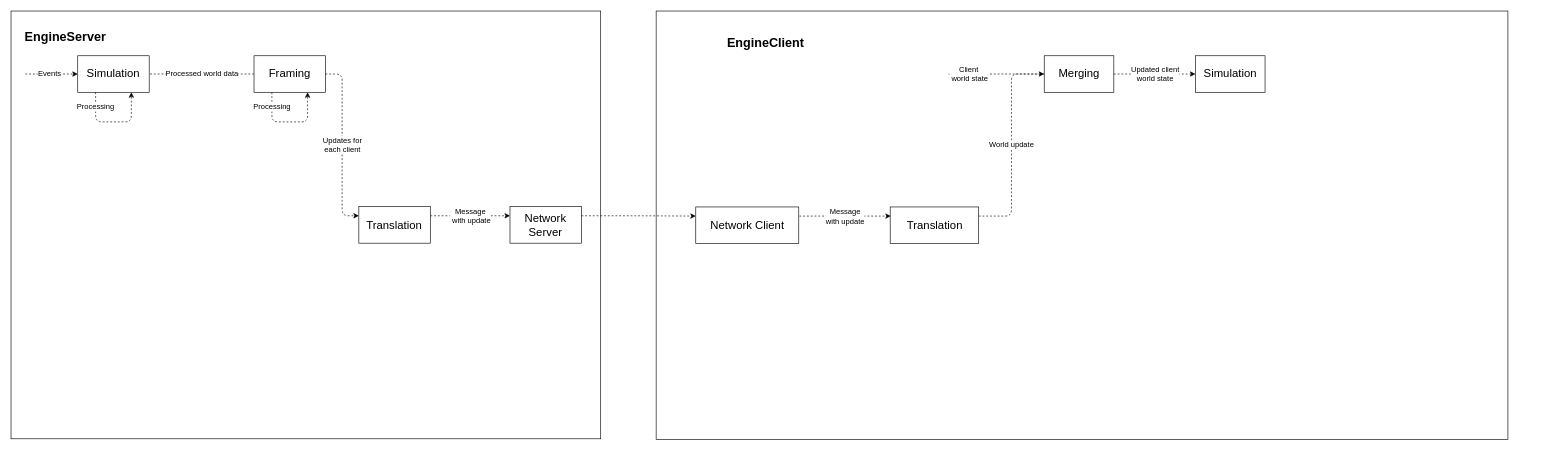
Before: docs/Untitled Diagram.drawio in worldscapes/engine, a draw.io diagram. Source tidied: cells renumbered, new cells numbered last; positions are measured from the earlier drawing's top-left corner, leaving out a move shared by most shapes. Both pictures are drawn from the tidied source at 63%, with x=0, y=0 at pixel (11, 11).
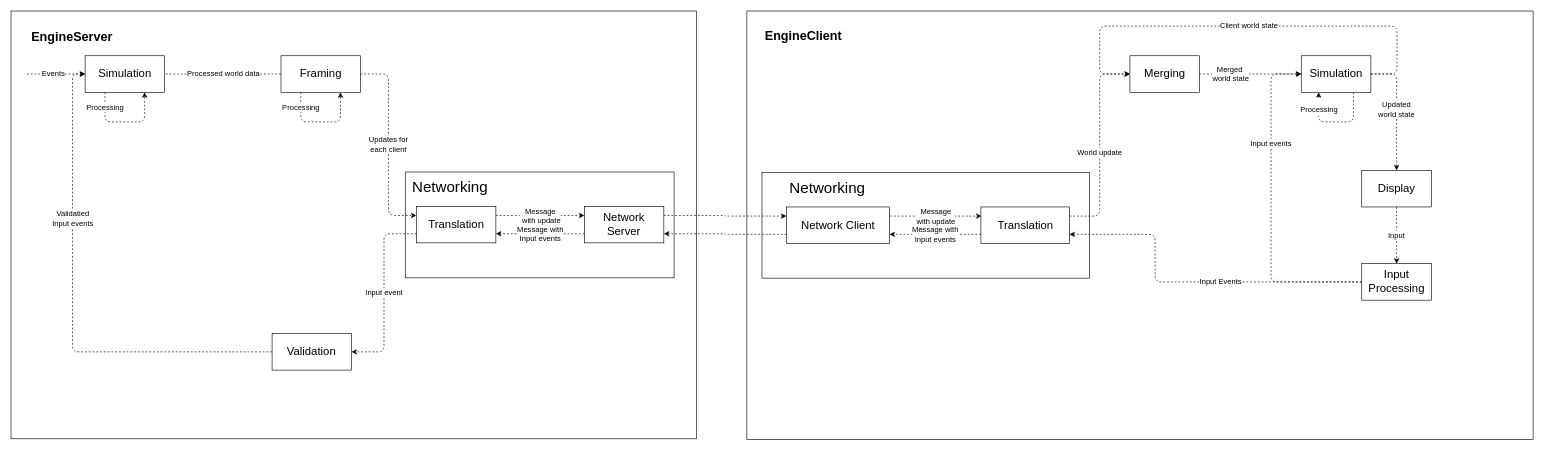
After the change.

The edit, as a diff of the source:
```diff
@@
-    <mxCell id="2" style="group;" parent="1" vertex="1">
-      <mxGeometry width="936" height="679" as="geometry" />
-    </mxCell>
+    <mxCell id="27" style="group;" parent="1" vertex="1">
+      <mxGeometry x="1168" width="1248" height="680" as="geometry" />
+    </mxCell>
+    <mxCell id="16" style="whiteSpace=wrap;html=1;fontSize=16;rounded=0;" parent="27" vertex="1">
+      <mxGeometry width="1248" height="680" as="geometry" />
+    </mxCell>
+    <mxCell id="17" value="EngineClient" style="text;html=1;strokeColor=none;fillColor=none;align=center;verticalAlign=middle;whiteSpace=wrap;rounded=0;fontSize=20;fontStyle=1;" parent="27" vertex="1">
+      <mxGeometry x="24" y="24" width="131.6" height="30" as="geometry" />
+    </mxCell>
+    <mxCell id="28" style="rounded=0;whiteSpace=wrap;html=1;fontSize=12;" parent="27" vertex="1">
+      <mxGeometry x="24" y="256" width="520" height="168" as="geometry" />
+    </mxCell>
+    <mxCell id="18" value="Message &lt;br&gt;with update" style="edgeStyle=orthogonalEdgeStyle;orthogonalLoop=1;jettySize=auto;html=1;exitX=1;exitY=0.25;exitDx=0;exitDy=0;entryX=0;entryY=0.25;entryDx=0;entryDy=0;dashed=1;fontSize=12;startArrow=none;startFill=0;endArrow=classic;endFill=1;" parent="27" edge="1">
+      <mxGeometry relative="1" as="geometry">
+        <mxPoint x="227.4" y="325.5" as="sourcePoint" />
+        <mxPoint x="372.5" y="325.5" as="targetPoint" />
+      </mxGeometry>
+    </mxCell>
+    <mxCell id="19" value="Network Client" style="rounded=0;whiteSpace=wrap;html=1;fontSize=18;" parent="27" vertex="1">
+      <mxGeometry x="62.9" y="311" width="163.5" height="58" as="geometry" />
+    </mxCell>
+    <mxCell id="20" value="Merging" style="rounded=0;whiteSpace=wrap;html=1;fontSize=18;" parent="27" vertex="1">
+      <mxGeometry x="608" y="71" width="110.5" height="58" as="geometry" />
+    </mxCell>
+    <mxCell id="21" value="World update" style="edgeStyle=orthogonalEdgeStyle;jettySize=auto;html=1;exitX=1;exitY=0.25;exitDx=0;exitDy=0;entryX=0;entryY=0.5;entryDx=0;entryDy=0;dashed=1;fontSize=12;startArrow=none;startFill=0;endArrow=classic;endFill=1;" parent="27" edge="1" source="25" target="20">
+      <mxGeometry x="-0.07" relative="1" as="geometry" />
+    </mxCell>
+    <mxCell id="22" value="Client world state" style="edgeStyle=orthogonalEdgeStyle;jettySize=auto;html=1;exitX=1;exitY=0.5;exitDx=0;exitDy=0;entryX=0;entryY=0.5;entryDx=0;entryDy=0;dashed=1;fontSize=12;startArrow=none;startFill=0;endArrow=classic;endFill=1;" parent="27" edge="1" source="23" target="20">
+      <mxGeometry x="-0.01" relative="1" as="geometry">
+        <Array as="points">
+          <mxPoint x="1032" y="100" />
+          <mxPoint x="1032" y="24" />
+          <mxPoint x="560" y="24" />
+          <mxPoint x="560" y="100" />
+        </Array>
+      </mxGeometry>
+    </mxCell>
+    <mxCell id="23" value="Simulation" style="rounded=0;whiteSpace=wrap;html=1;fontSize=18;" parent="27" vertex="1">
+      <mxGeometry x="880" y="71" width="110.5" height="58" as="geometry" />
+    </mxCell>
+    <mxCell id="24" value="Merged&amp;nbsp;&lt;br&gt;world state" style="edgeStyle=orthogonalEdgeStyle;jettySize=auto;html=1;exitX=1;exitY=0.5;exitDx=0;exitDy=0;entryX=0;entryY=0.5;entryDx=0;entryDy=0;dashed=1;fontSize=12;startArrow=none;startFill=0;endArrow=classic;endFill=1;" parent="27" edge="1" source="20" target="23">
+      <mxGeometry x="-0.39" relative="1" as="geometry">
+        <Array as="points">
+          <mxPoint x="784" y="100" />
+          <mxPoint x="784" y="100" />
+        </Array>
+      </mxGeometry>
+    </mxCell>
+    <mxCell id="29" value="Message with&lt;br&gt;Input events" style="edgeStyle=orthogonalEdgeStyle;jettySize=auto;html=1;exitX=0;exitY=0.75;exitDx=0;exitDy=0;entryX=1;entryY=0.75;entryDx=0;entryDy=0;dashed=1;fontSize=12;startArrow=none;startFill=0;endArrow=classic;endFill=1;" parent="27" edge="1" source="25" target="19">
+      <mxGeometry relative="1" as="geometry" />
+    </mxCell>
+    <mxCell id="25" value="Translation" style="rounded=0;whiteSpace=wrap;html=1;fontSize=18;" parent="27" vertex="1">
+      <mxGeometry x="371.5" y="311" width="140.5" height="58" as="geometry" />
+    </mxCell>
+    <mxCell id="30" value="Display" style="rounded=0;whiteSpace=wrap;html=1;fontSize=18;" parent="27" vertex="1">
+      <mxGeometry x="976" y="253" width="110.5" height="58" as="geometry" />
+    </mxCell>
+    <mxCell id="31" value="Updated&lt;br&gt;world state" style="edgeStyle=orthogonalEdgeStyle;jettySize=auto;html=1;exitX=1;exitY=0.5;exitDx=0;exitDy=0;dashed=1;fontSize=12;startArrow=none;startFill=0;endArrow=classic;endFill=1;" parent="27" edge="1" source="23" target="30">
+      <mxGeometry relative="1" as="geometry" />
+    </mxCell>
+    <mxCell id="32" value="Input Events" style="edgeStyle=orthogonalEdgeStyle;jettySize=auto;html=1;exitX=0;exitY=0.5;exitDx=0;exitDy=0;entryX=1;entryY=0.75;entryDx=0;entryDy=0;dashed=1;fontSize=12;startArrow=none;startFill=0;endArrow=classic;endFill=1;" parent="27" edge="1" source="34" target="25">
+      <mxGeometry x="-0.17" relative="1" as="geometry">
+        <Array as="points">
+          <mxPoint x="648" y="430" />
+          <mxPoint x="648" y="355" />
+        </Array>
+      </mxGeometry>
+    </mxCell>
+    <mxCell id="33" value="Input events" style="edgeStyle=orthogonalEdgeStyle;jettySize=auto;html=1;exitX=0;exitY=0.5;exitDx=0;exitDy=0;entryX=0;entryY=0.5;entryDx=0;entryDy=0;dashed=1;fontSize=12;startArrow=none;startFill=0;endArrow=classic;endFill=1;" parent="27" edge="1" source="34" target="23">
+      <mxGeometry x="0.39" relative="1" as="geometry">
+        <Array as="points">
+          <mxPoint x="832" y="430" />
+          <mxPoint x="832" y="100" />
+        </Array>
+      </mxGeometry>
+    </mxCell>
+    <mxCell id="34" value="Input Processing" style="rounded=0;whiteSpace=wrap;html=1;fontSize=18;" parent="27" vertex="1">
+      <mxGeometry x="976" y="401" width="110.5" height="58" as="geometry" />
+    </mxCell>
+    <mxCell id="35" value="Input" style="edgeStyle=orthogonalEdgeStyle;jettySize=auto;html=1;exitX=0.5;exitY=1;exitDx=0;exitDy=0;dashed=1;fontSize=12;startArrow=none;startFill=0;endArrow=classic;endFill=1;" parent="27" edge="1" source="30" target="34">
+      <mxGeometry relative="1" as="geometry" />
+    </mxCell>
+    <mxCell id="36" value="&lt;font style=&quot;font-size: 24px&quot;&gt;Networking&lt;/font&gt;" style="text;html=1;strokeColor=none;fillColor=none;align=center;verticalAlign=middle;whiteSpace=wrap;rounded=0;fontSize=12;" parent="27" vertex="1">
+      <mxGeometry x="48" y="267" width="160" height="30" as="geometry" />
+    </mxCell>
+    <mxCell id="37" value="&lt;font style=&quot;font-size: 12px&quot;&gt;Processing&lt;/font&gt;" style="edgeStyle=orthogonalEdgeStyle;orthogonalLoop=1;jettySize=auto;html=1;exitX=0.75;exitY=1;exitDx=0;exitDy=0;entryX=0.25;entryY=1;entryDx=0;entryDy=0;dashed=1;fontSize=24;startArrow=none;startFill=0;endArrow=classic;endFill=1;" parent="27" edge="1" source="23" target="23">
+      <mxGeometry x="0.69" relative="1" as="geometry">
+        <Array as="points">
+          <mxPoint x="963" y="176" />
+          <mxPoint x="908" y="176" />
+        </Array>
+      </mxGeometry>
+    </mxCell>
+    <mxCell id="38" style="group;" parent="1" vertex="1">
+      <mxGeometry width="1088" height="679" as="geometry" />
+    </mxCell>
-    <mxCell id="3" style="whiteSpace=wrap;html=1;fontSize=16;rounded=0;" parent="2" vertex="1">
-      <mxGeometry width="936" height="679" as="geometry" />
+    <mxCell id="3" style="whiteSpace=wrap;html=1;fontSize=16;rounded=0;" parent="38" vertex="1">
+      <mxGeometry width="1088" height="679" as="geometry" />
     </mxCell>
-    <mxCell id="4" value="EngineServer" style="text;html=1;strokeColor=none;fillColor=none;align=center;verticalAlign=middle;whiteSpace=wrap;rounded=0;fontSize=20;fontStyle=1;" parent="2" vertex="1">
-      <mxGeometry x="30.2" y="25" width="113.4" height="30" as="geometry" />
+    <mxCell id="4" value="EngineServer" style="text;html=1;strokeColor=none;fillColor=none;align=center;verticalAlign=middle;whiteSpace=wrap;rounded=0;fontSize=20;fontStyle=1;" parent="38" vertex="1">
+      <mxGeometry x="33.6" y="25" width="126" height="30" as="geometry" />
     </mxCell>
-    <mxCell id="5" value="Simulation" style="rounded=0;whiteSpace=wrap;html=1;fontSize=18;" parent="2" vertex="1">
-      <mxGeometry x="105.9" y="71" width="113.4" height="58" as="geometry" />
+    <mxCell id="5" value="Simulation" style="rounded=0;whiteSpace=wrap;html=1;fontSize=18;" parent="38" vertex="1">
+      <mxGeometry x="117.6" y="71" width="126" height="58" as="geometry" />
     </mxCell>
-    <mxCell id="6" value="Events" style="endArrow=classic;html=1;fontSize=12;entryX=0;entryY=0.5;entryDx=0;entryDy=0;dashed=1;" parent="2" edge="1" target="5">
+    <mxCell id="6" value="Events" style="endArrow=classic;html=1;fontSize=12;entryX=0;entryY=0.5;entryDx=0;entryDy=0;dashed=1;" parent="38" edge="1" target="5">
       <mxGeometry x="-0.09" relative="1" as="geometry">
-        <mxPoint x="22.7" y="100" as="sourcePoint" />
+        <mxPoint x="25.2" y="100" as="sourcePoint" />
       </mxGeometry>
     </mxCell>
-    <mxCell id="7" value="Processing" style="edgeStyle=orthogonalEdgeStyle;orthogonalLoop=1;jettySize=auto;html=1;exitX=0.25;exitY=1;exitDx=0;exitDy=0;entryX=0.75;entryY=1;entryDx=0;entryDy=0;dashed=1;fontSize=12;" parent="2" edge="1" source="5" target="5">
+    <mxCell id="7" value="Processing" style="edgeStyle=orthogonalEdgeStyle;orthogonalLoop=1;jettySize=auto;html=1;exitX=0.25;exitY=1;exitDx=0;exitDy=0;entryX=0.75;entryY=1;entryDx=0;entryDy=0;dashed=1;fontSize=12;" parent="38" edge="1" source="5" target="5">
       <mxGeometry x="-0.7" relative="1" as="geometry">
         <Array as="points">
-          <mxPoint x="134.2" y="176" />
-          <mxPoint x="191" y="176" />
+          <mxPoint x="149.1" y="176" />
+          <mxPoint x="212.2" y="176" />
         </Array>
       </mxGeometry>
     </mxCell>
-    <mxCell id="8" value="Processed world data" style="edgeStyle=orthogonalEdgeStyle;jettySize=auto;html=1;dashed=1;fontSize=12;endArrow=none;endFill=0;startArrow=none;startFill=0;" parent="2" edge="1" source="9" target="5">
+    <mxCell id="8" value="Processed world data" style="edgeStyle=orthogonalEdgeStyle;jettySize=auto;html=1;dashed=1;fontSize=12;endArrow=none;endFill=0;startArrow=none;startFill=0;" parent="38" edge="1" source="9" target="5">
       <mxGeometry relative="1" as="geometry" />
     </mxCell>
-    <mxCell id="9" value="Framing" style="rounded=0;whiteSpace=wrap;html=1;fontSize=18;" parent="2" vertex="1">
-      <mxGeometry x="385.7" y="71" width="113.4" height="58" as="geometry" />
+    <mxCell id="9" value="Framing" style="rounded=0;whiteSpace=wrap;html=1;fontSize=18;" parent="38" vertex="1">
+      <mxGeometry x="428.5" y="71" width="126" height="58" as="geometry" />
     </mxCell>
-    <mxCell id="10" value="Processing" style="edgeStyle=orthogonalEdgeStyle;orthogonalLoop=1;jettySize=auto;html=1;exitX=0.25;exitY=1;exitDx=0;exitDy=0;entryX=0.75;entryY=1;entryDx=0;entryDy=0;dashed=1;fontSize=12;startArrow=none;startFill=0;endArrow=classic;endFill=1;" parent="2" edge="1" source="9" target="9">
+    <mxCell id="10" value="Processing" style="edgeStyle=orthogonalEdgeStyle;orthogonalLoop=1;jettySize=auto;html=1;exitX=0.25;exitY=1;exitDx=0;exitDy=0;entryX=0.75;entryY=1;entryDx=0;entryDy=0;dashed=1;fontSize=12;startArrow=none;startFill=0;endArrow=classic;endFill=1;" parent="38" edge="1" source="9" target="9">
       <mxGeometry x="-0.7" relative="1" as="geometry">
         <Array as="points">
-          <mxPoint x="414" y="176" />
-          <mxPoint x="470.8" y="176" />
+          <mxPoint x="460.1" y="176" />
+          <mxPoint x="523.1" y="176" />
         </Array>
       </mxGeometry>
     </mxCell>
+    <mxCell id="39" style="rounded=0;whiteSpace=wrap;html=1;fontSize=12;" parent="38" vertex="1">
+      <mxGeometry x="625.8" y="255.5" width="426.7" height="168" as="geometry" />
+    </mxCell>
-    <mxCell id="11" value="Translation" style="rounded=0;whiteSpace=wrap;html=1;fontSize=18;" parent="2" vertex="1">
-      <mxGeometry x="552.1" y="310.5" width="113.4" height="58" as="geometry" />
+    <mxCell id="11" value="Translation" style="rounded=0;whiteSpace=wrap;html=1;fontSize=18;" parent="38" vertex="1">
+      <mxGeometry x="643.6" y="310" width="126" height="58" as="geometry" />
     </mxCell>
-    <mxCell id="12" value="Updates for &lt;br&gt;each client" style="edgeStyle=orthogonalEdgeStyle;jettySize=auto;html=1;exitX=1;exitY=0.5;exitDx=0;exitDy=0;entryX=0;entryY=0.25;entryDx=0;entryDy=0;dashed=1;fontSize=12;startArrow=none;startFill=0;endArrow=classic;endFill=1;" parent="2" edge="1" source="9" target="11">
+    <mxCell id="12" value="Updates for &lt;br&gt;each client" style="edgeStyle=orthogonalEdgeStyle;jettySize=auto;html=1;exitX=1;exitY=0.5;exitDx=0;exitDy=0;entryX=0;entryY=0.25;entryDx=0;entryDy=0;dashed=1;fontSize=12;startArrow=none;startFill=0;endArrow=classic;endFill=1;" parent="38" edge="1" source="9" target="11">
       <mxGeometry relative="1" as="geometry" />
     </mxCell>
+    <mxCell id="40" value="Message with&lt;br&gt;Input events" style="edgeStyle=orthogonalEdgeStyle;jettySize=auto;html=1;exitX=0;exitY=0.75;exitDx=0;exitDy=0;entryX=1;entryY=0.75;entryDx=0;entryDy=0;dashed=1;fontSize=12;startArrow=none;startFill=0;endArrow=classic;endFill=1;" parent="38" edge="1" source="13" target="11">
+      <mxGeometry relative="1" as="geometry" />
+    </mxCell>
-    <mxCell id="13" value="Network Server" style="rounded=0;whiteSpace=wrap;html=1;fontSize=18;" parent="2" vertex="1">
-      <mxGeometry x="792" y="310.5" width="113.4" height="58" as="geometry" />
+    <mxCell id="13" value="Network Server" style="rounded=0;whiteSpace=wrap;html=1;fontSize=18;" parent="38" vertex="1">
+      <mxGeometry x="910.2" y="310" width="126" height="58" as="geometry" />
     </mxCell>
-    <mxCell id="14" value="Message&lt;br&gt;&amp;nbsp;with update" style="edgeStyle=orthogonalEdgeStyle;jettySize=auto;html=1;exitX=1;exitY=0.25;exitDx=0;exitDy=0;entryX=0;entryY=0.25;entryDx=0;entryDy=0;dashed=1;fontSize=12;startArrow=none;startFill=0;endArrow=classic;endFill=1;" parent="2" edge="1" source="11" target="13">
+    <mxCell id="14" value="Message&lt;br&gt;&amp;nbsp;with update" style="edgeStyle=orthogonalEdgeStyle;jettySize=auto;html=1;exitX=1;exitY=0.25;exitDx=0;exitDy=0;entryX=0;entryY=0.25;entryDx=0;entryDy=0;dashed=1;fontSize=12;startArrow=none;startFill=0;endArrow=classic;endFill=1;" parent="38" edge="1" source="11" target="13">
       <mxGeometry relative="1" as="geometry">
         <Array as="points">
-          <mxPoint x="741.1" y="325" />
-          <mxPoint x="741.1" y="325" />
+          <mxPoint x="853.7" y="324.5" />
+          <mxPoint x="853.7" y="324.5" />
         </Array>
       </mxGeometry>
     </mxCell>
-    <mxCell id="15" style="group;" parent="1" vertex="1">
-      <mxGeometry x="1024" width="1352" height="680" as="geometry" />
-    </mxCell>
-    <mxCell id="16" style="whiteSpace=wrap;html=1;fontSize=16;rounded=0;" parent="15" vertex="1">
-      <mxGeometry width="1352" height="680" as="geometry" />
-    </mxCell>
-    <mxCell id="17" value="EngineClient" style="text;html=1;strokeColor=none;fillColor=none;align=center;verticalAlign=middle;whiteSpace=wrap;rounded=0;fontSize=20;fontStyle=1;" parent="15" vertex="1">
-      <mxGeometry x="48.1" y="34" width="251.5" height="30" as="geometry" />
-    </mxCell>
-    <mxCell id="18" value="Message &lt;br&gt;with update" style="edgeStyle=orthogonalEdgeStyle;orthogonalLoop=1;jettySize=auto;html=1;exitX=1;exitY=0.25;exitDx=0;exitDy=0;entryX=0;entryY=0.25;entryDx=0;entryDy=0;dashed=1;fontSize=12;startArrow=none;startFill=0;endArrow=classic;endFill=1;" parent="15" edge="1">
-      <mxGeometry relative="1" as="geometry">
-        <mxPoint x="227.4" y="325.5" as="sourcePoint" />
-        <mxPoint x="372.5" y="325.5" as="targetPoint" />
-      </mxGeometry>
-    </mxCell>
-    <mxCell id="19" value="Network Client" style="rounded=0;whiteSpace=wrap;html=1;fontSize=18;" parent="15" vertex="1">
-      <mxGeometry x="62.9" y="311" width="163.5" height="58" as="geometry" />
-    </mxCell>
-    <mxCell id="20" value="Merging" style="rounded=0;whiteSpace=wrap;html=1;fontSize=18;" parent="15" vertex="1">
-      <mxGeometry x="616" y="71" width="110.5" height="58" as="geometry" />
-    </mxCell>
-    <mxCell id="21" value="World update" style="edgeStyle=orthogonalEdgeStyle;jettySize=auto;html=1;exitX=1;exitY=0.25;exitDx=0;exitDy=0;entryX=0;entryY=0.5;entryDx=0;entryDy=0;dashed=1;fontSize=12;startArrow=none;startFill=0;endArrow=classic;endFill=1;" parent="15" edge="1" source="25" target="20">
-      <mxGeometry relative="1" as="geometry" />
-    </mxCell>
-    <mxCell id="22" value="Client&lt;br&gt;&amp;nbsp;world state" style="endArrow=none;dashed=1;html=1;fontSize=12;entryX=0;entryY=0.5;entryDx=0;entryDy=0;" parent="15" edge="1" target="20">
-      <mxGeometry x="-0.58" relative="1" as="geometry">
-        <mxPoint x="464" y="100" as="sourcePoint" />
-      </mxGeometry>
-    </mxCell>
-    <mxCell id="23" value="Simulation" style="rounded=0;whiteSpace=wrap;html=1;fontSize=18;" parent="15" vertex="1">
-      <mxGeometry x="856" y="71" width="110.5" height="58" as="geometry" />
-    </mxCell>
-    <mxCell id="24" value="Updated client&lt;br&gt;world state" style="edgeStyle=orthogonalEdgeStyle;jettySize=auto;html=1;exitX=1;exitY=0.5;exitDx=0;exitDy=0;entryX=0;entryY=0.5;entryDx=0;entryDy=0;dashed=1;fontSize=12;startArrow=none;startFill=0;endArrow=classic;endFill=1;" parent="15" edge="1" source="20" target="23">
-      <mxGeometry relative="1" as="geometry" />
-    </mxCell>
-    <mxCell id="25" value="Translation" style="rounded=0;whiteSpace=wrap;html=1;fontSize=18;" parent="15" vertex="1">
-      <mxGeometry x="371.5" y="311" width="140.5" height="58" as="geometry" />
-    </mxCell>
+    <mxCell id="41" value="Validatied&lt;br&gt;Input events" style="edgeStyle=orthogonalEdgeStyle;jettySize=auto;html=1;exitX=0;exitY=0.5;exitDx=0;exitDy=0;entryX=0;entryY=0.5;entryDx=0;entryDy=0;dashed=1;fontSize=12;startArrow=none;startFill=0;endArrow=classic;endFill=1;" parent="38" edge="1" source="42" target="5">
+      <mxGeometry x="0.36" relative="1" as="geometry" />
+    </mxCell>
+    <mxCell id="42" value="Validation" style="rounded=0;whiteSpace=wrap;html=1;fontSize=18;" parent="38" vertex="1">
+      <mxGeometry x="414.4" y="512" width="126" height="58" as="geometry" />
+    </mxCell>
+    <mxCell id="43" value="Input event" style="edgeStyle=orthogonalEdgeStyle;jettySize=auto;html=1;exitX=0;exitY=0.75;exitDx=0;exitDy=0;entryX=1;entryY=0.5;entryDx=0;entryDy=0;dashed=1;fontSize=12;startArrow=none;startFill=0;endArrow=classic;endFill=1;" parent="38" edge="1" source="11" target="42">
+      <mxGeometry relative="1" as="geometry" />
+    </mxCell>
+    <mxCell id="44" value="&lt;font style=&quot;font-size: 24px&quot;&gt;Networking&lt;/font&gt;" style="text;html=1;strokeColor=none;fillColor=none;align=center;verticalAlign=middle;whiteSpace=wrap;rounded=0;fontSize=12;" parent="38" vertex="1">
+      <mxGeometry x="608" y="263.5" width="177.8" height="30" as="geometry" />
+    </mxCell>
@@
+    <mxCell id="45" style="edgeStyle=orthogonalEdgeStyle;jettySize=auto;html=1;exitX=0;exitY=0.75;exitDx=0;exitDy=0;entryX=1;entryY=0.75;entryDx=0;entryDy=0;dashed=1;fontSize=12;startArrow=none;startFill=0;endArrow=classic;endFill=1;" parent="1" edge="1" source="19" target="13">
+      <mxGeometry relative="1" as="geometry" />
+    </mxCell>
```
